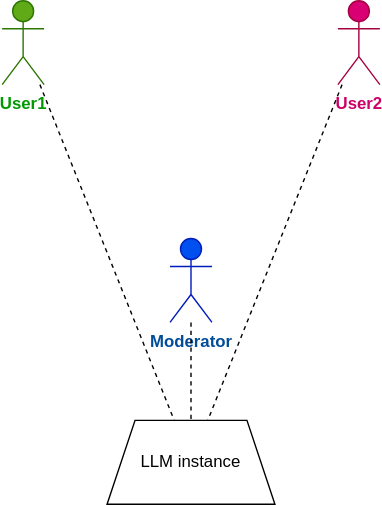
This is paper/resources/conversation_graph_part1.svg from dimits-ts/llm_moderation_research, a draw.io export, as it was before one commit. Source tidied: cells renumbered, new cells last; positions are measured from the earlier drawing's top-left corner, leaving out a move shared by most shapes.
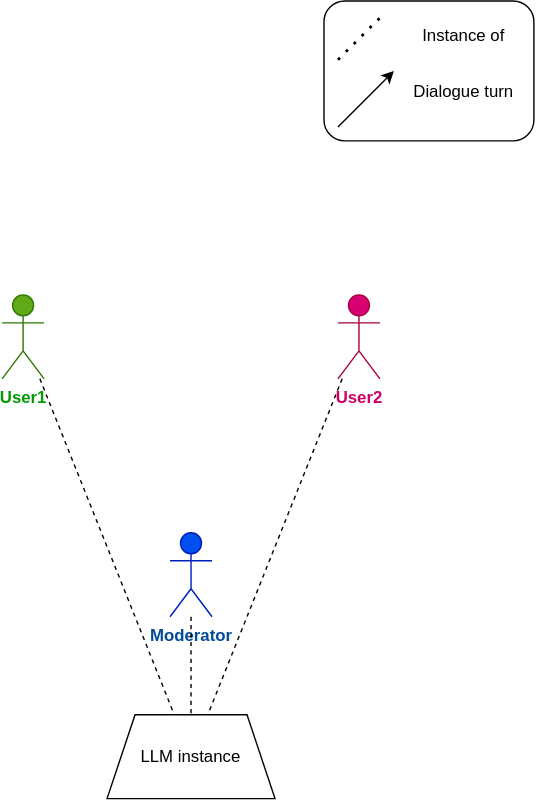
After the commit.

Change to the diagram source:
```diff
@@ -23,5 +23,26 @@
     <mxCell id="8" style="endArrow=none;dashed=1;html=1;rounded=0;" parent="1" edge="1" source="3" target="5">
       <mxGeometry relative="1" as="geometry" />
     </mxCell>
+    <mxCell id="9" style="rounded=1;whiteSpace=wrap;html=1;" parent="1" vertex="1">
+      <mxGeometry x="230" y="-210" width="150" height="100" as="geometry" />
+    </mxCell>
+    <mxCell id="10" style="endArrow=none;dashed=1;html=1;dashPattern=1 3;strokeWidth=2;rounded=0;" parent="1" edge="1">
+      <mxGeometry relative="1" as="geometry">
+        <mxPoint x="240" y="-168" as="sourcePoint" />
+        <mxPoint x="270" y="-198" as="targetPoint" />
+      </mxGeometry>
+    </mxCell>
+    <mxCell id="11" value="Instance of" style="text;html=1;align=center;verticalAlign=middle;whiteSpace=wrap;rounded=0;" parent="1" vertex="1">
+      <mxGeometry x="290" y="-200" width="80" height="30" as="geometry" />
+    </mxCell>
+    <mxCell id="12" style="endArrow=classic;html=1;rounded=0;" parent="1" edge="1">
+      <mxGeometry relative="1" as="geometry">
+        <mxPoint x="240" y="-120" as="sourcePoint" />
+        <mxPoint x="280" y="-160" as="targetPoint" />
+      </mxGeometry>
+    </mxCell>
+    <mxCell id="13" value="Dialogue turn" style="text;html=1;align=center;verticalAlign=middle;whiteSpace=wrap;rounded=0;" parent="1" vertex="1">
+      <mxGeometry x="290" y="-160" width="80" height="30" as="geometry" />
+    </mxCell>
   </root>
 </mxGraphModel>
```
